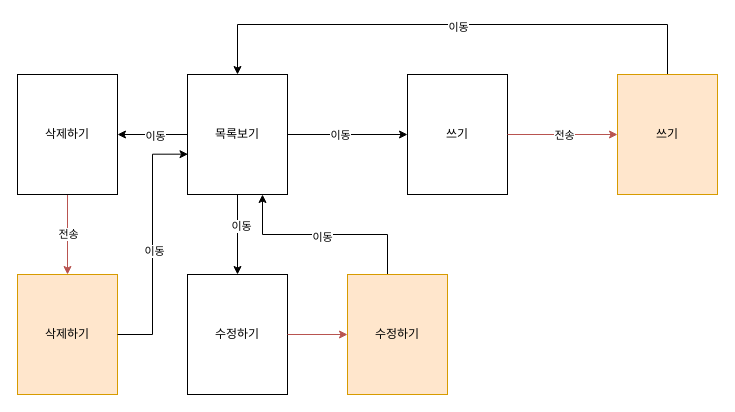
zzzzzzin/Server_Class keeps this draw.io diagram as Memo/메모.drawio. Above is the earlier version. Source tidied: cells renumbered, new cells numbered last; positions are measured from the earlier drawing's top-left corner, leaving out a move shared by most shapes. Both pictures are drawn from the tidied source at 100%, with x=0, y=0 at pixel (17, 24).
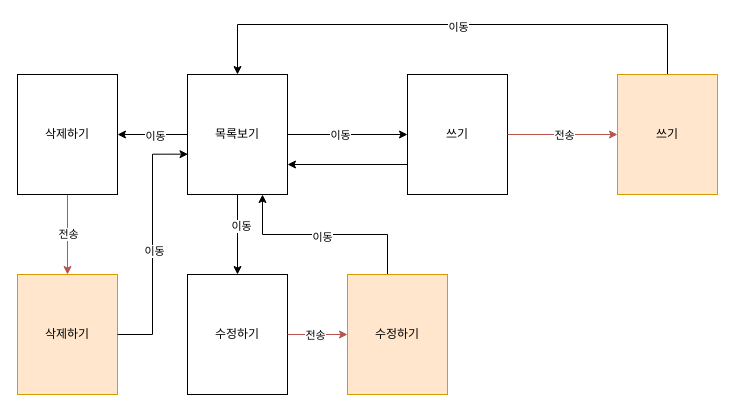
The same diagram, later.

The change refers to these unchanged cells:
```xml
<mxCell id="6" value="쓰기" style="whiteSpace=wrap;html=1;" parent="1" vertex="1">
  <mxGeometry x="390" y="50" width="100" height="120" as="geometry" />
</mxCell>
<mxCell id="11" value="목록보기" style="whiteSpace=wrap;html=1;" parent="1" vertex="1">
  <mxGeometry x="170" y="50" width="100" height="120" as="geometry" />
</mxCell>
<mxCell id="22" style="endArrow=classic;html=1;rounded=0;exitX=1;exitY=0.5;exitDx=0;exitDy=0;entryX=0;entryY=0.5;entryDx=0;entryDy=0;fillColor=#f8cecc;strokeColor=#b85450;" parent="1" edge="1" source="5" target="21">
  <mxGeometry relative="1" as="geometry" />
</mxCell>
```

The edit, as a diff of the source:
```diff
@@
+    <mxCell id="26" style="edgeStyle=orthogonalEdgeStyle;rounded=0;jettySize=auto;html=1;exitX=0;exitY=0.75;exitDx=0;exitDy=0;entryX=1;entryY=0.75;entryDx=0;entryDy=0;" parent="1" edge="1" source="6" target="11">
+      <mxGeometry relative="1" as="geometry" />
+    </mxCell>
@@
+    <mxCell id="27" value="전송" style="edgeLabel;html=1;align=center;verticalAlign=middle;" parent="22" vertex="1">
+      <mxGeometry x="-0.09" relative="1" as="geometry" />
+    </mxCell>
```
